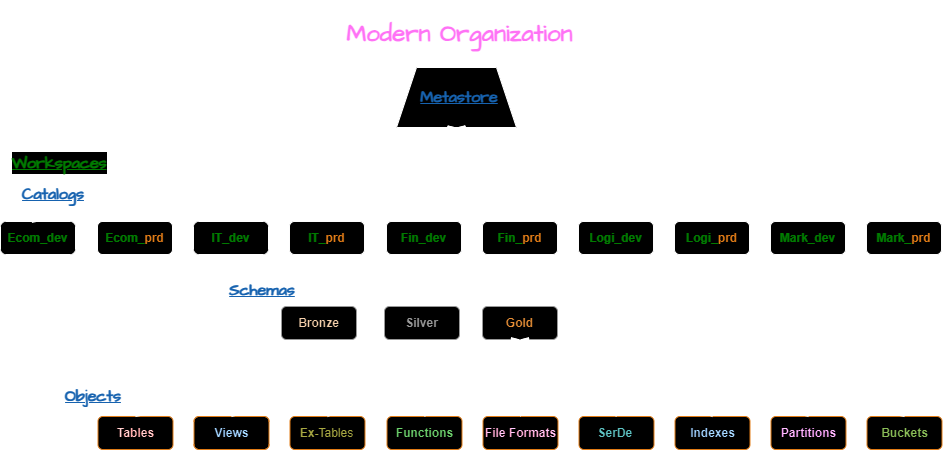
This is project-arch.png from AmmarSahyoun/Databricks_dabs, a draw.io export, as it was before one commit. Source tidied: cells renumbered, new cells last; positions are measured from the earlier drawing's top-left corner, leaving out a move shared by most shapes.
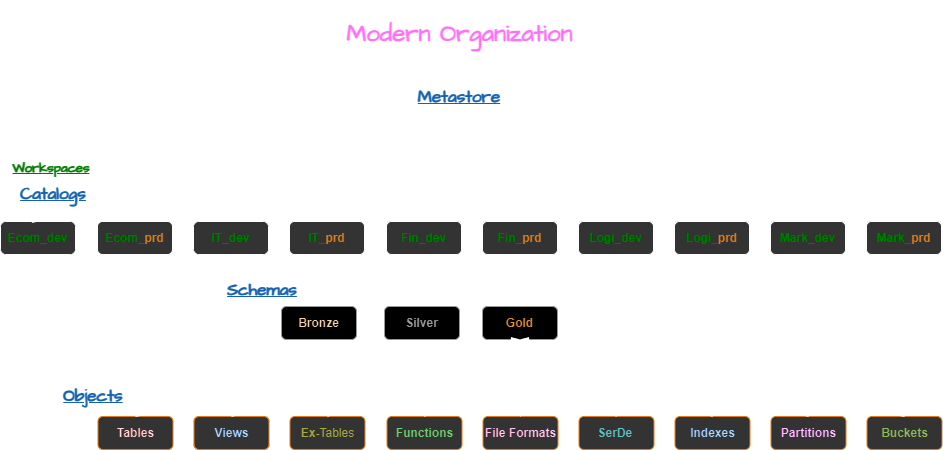
Later version of the same file.

Commit message:
Adding org-architecture

Change to the diagram source:
```diff
@@ -2,52 +2,52 @@
   <root>
     <mxCell id="0" />
     <mxCell id="1" parent="0" />
-    <mxCell id="2" style="shape=trapezoid;perimeter=trapezoidPerimeter;whiteSpace=wrap;html=1;fixedSize=1;hachureGap=4;fontFamily=Architects Daughter;fontSource=https%3A%2F%2Ffonts.googleapis.com%2Fcss%3Ffamily%3DArchitects%2BDaughter;" parent="1" vertex="1">
+    <mxCell id="2" style="shape=trapezoid;perimeter=trapezoidPerimeter;whiteSpace=wrap;html=1;fixedSize=1;hachureGap=4;fontFamily=Architects Daughter;fontSource=https%3A%2F%2Ffonts.googleapis.com%2Fcss%3Ffamily%3DArchitects%2BDaughter;fillColor=none;fontColor=#FF179A;" parent="1" vertex="1">
       <mxGeometry x="396" y="48" width="120" height="60" as="geometry" />
     </mxCell>
     <mxCell id="3" value="&lt;h2&gt;Modern Organization&lt;/h2&gt;" style="text;html=1;align=center;verticalAlign=middle;whiteSpace=wrap;rounded=0;fontSize=16;fontFamily=Architects Daughter;fontSource=https%3A%2F%2Ffonts.googleapis.com%2Fcss%3Ffamily%3DArchitects%2BDaughter;fontStyle=1;fontColor=#FF179A;" parent="1" vertex="1">
       <mxGeometry x="289.5" width="339" height="30" as="geometry" />
     </mxCell>
-    <mxCell id="4" value="&lt;b&gt;&lt;font color=&quot;#66b2ff&quot;&gt;&lt;u&gt;Metastore&lt;/u&gt;&lt;/font&gt;&lt;/b&gt;" style="text;strokeColor=none;fillColor=none;html=1;align=center;verticalAlign=middle;whiteSpace=wrap;rounded=0;fontSize=16;fontFamily=Architects Daughter;fontSource=https%3A%2F%2Ffonts.googleapis.com%2Fcss%3Ffamily%3DArchitects%2BDaughter;" parent="1" vertex="1">
+    <mxCell id="4" value="&lt;b style=&quot;font-size: 17px;&quot;&gt;&lt;font color=&quot;#66b2ff&quot; style=&quot;font-size: 17px;&quot;&gt;&lt;u style=&quot;font-size: 17px;&quot;&gt;Metastore&lt;/u&gt;&lt;/font&gt;&lt;/b&gt;" style="text;strokeColor=none;fillColor=none;html=1;align=center;verticalAlign=middle;whiteSpace=wrap;rounded=0;fontSize=17;fontFamily=Architects Daughter;fontSource=https%3A%2F%2Ffonts.googleapis.com%2Fcss%3Ffamily%3DArchitects%2BDaughter;labelBackgroundColor=none;" parent="1" vertex="1">
       <mxGeometry x="429" y="63" width="60" height="30" as="geometry" />
     </mxCell>
-    <mxCell id="5" value="&lt;b&gt;&lt;font color=&quot;#21ff37&quot;&gt;Ecom_dev&lt;/font&gt;&lt;/b&gt;" style="rounded=1;hachureGap=4;textShadow=0;whiteSpace=wrap;html=1;strokeColor=#000000;" parent="1" vertex="1">
+    <mxCell id="5" value="&lt;b&gt;&lt;font color=&quot;#21ff37&quot;&gt;Ecom_dev&lt;/font&gt;&lt;/b&gt;" style="rounded=1;hachureGap=4;textShadow=0;whiteSpace=wrap;html=1;strokeColor=#000000;fillColor=#CCCCCC;" parent="1" vertex="1">
       <mxGeometry y="202" width="75" height="33" as="geometry" />
     </mxCell>
     <mxCell id="6" style="edgeStyle=none;curved=0;rounded=0;hachureGap=4;jettySize=auto;html=1;fontFamily=Architects Daughter;fontSource=https%3A%2F%2Ffonts.googleapis.com%2Fcss%3Ffamily%3DArchitects%2BDaughter;fontSize=12;startSize=8;endSize=8;strokeColor=default;endArrow=none;endFill=0;exitX=0.5;exitY=1;exitDx=0;exitDy=0;flowAnimation=1;" parent="1" edge="1" source="12" target="29">
       <mxGeometry relative="1" as="geometry" />
     </mxCell>
-    <mxCell id="7" value="&lt;b style=&quot;&quot;&gt;&lt;font color=&quot;#21ff37&quot;&gt;Ecom_&lt;/font&gt;&lt;font color=&quot;#cc6600&quot;&gt;prd&lt;/font&gt;&lt;/b&gt;" style="rounded=1;hachureGap=4;textShadow=0;whiteSpace=wrap;html=1;strokeColor=#000000;" parent="1" vertex="1">
+    <mxCell id="7" value="&lt;b style=&quot;&quot;&gt;&lt;font color=&quot;#21ff37&quot;&gt;Ecom_&lt;/font&gt;&lt;font color=&quot;#cc6600&quot;&gt;prd&lt;/font&gt;&lt;/b&gt;" style="rounded=1;hachureGap=4;textShadow=0;whiteSpace=wrap;html=1;strokeColor=#000000;fillColor=#CCCCCC;" parent="1" vertex="1">
       <mxGeometry x="97" y="202" width="75" height="33" as="geometry" />
     </mxCell>
     <mxCell id="8" style="edgeStyle=none;curved=0;rounded=0;hachureGap=4;jettySize=auto;html=1;fontFamily=Architects Daughter;fontSource=https%3A%2F%2Ffonts.googleapis.com%2Fcss%3Ffamily%3DArchitects%2BDaughter;fontSize=12;startSize=8;endSize=8;strokeColor=default;endArrow=none;endFill=0;flowAnimation=1;exitX=0.5;exitY=1;exitDx=0;exitDy=0;" parent="1" edge="1" source="12" target="30">
       <mxGeometry relative="1" as="geometry" />
     </mxCell>
-    <mxCell id="9" value="&lt;b&gt;&lt;font color=&quot;#21ff37&quot;&gt;IT_dev&lt;/font&gt;&lt;/b&gt;" style="rounded=1;hachureGap=4;textShadow=0;whiteSpace=wrap;html=1;strokeColor=#000000;" parent="1" vertex="1">
+    <mxCell id="9" value="&lt;b&gt;&lt;font color=&quot;#21ff37&quot;&gt;IT_dev&lt;/font&gt;&lt;/b&gt;" style="rounded=1;hachureGap=4;textShadow=0;whiteSpace=wrap;html=1;strokeColor=#000000;fillColor=#CCCCCC;" parent="1" vertex="1">
       <mxGeometry x="193" y="202" width="75" height="33" as="geometry" />
     </mxCell>
     <mxCell id="10" style="edgeStyle=none;curved=0;rounded=0;hachureGap=4;jettySize=auto;html=1;fontFamily=Architects Daughter;fontSource=https%3A%2F%2Ffonts.googleapis.com%2Fcss%3Ffamily%3DArchitects%2BDaughter;fontSize=12;startSize=8;endSize=8;strokeColor=default;endArrow=none;endFill=0;exitX=0.5;exitY=1;exitDx=0;exitDy=0;flowAnimation=1;entryX=0.5;entryY=0;entryDx=0;entryDy=0;" parent="1" edge="1" source="12" target="31">
       <mxGeometry relative="1" as="geometry" />
     </mxCell>
-    <mxCell id="11" value="&lt;b&gt;&lt;font color=&quot;#21ff37&quot;&gt;IT_&lt;/font&gt;&lt;font color=&quot;#cc6600&quot;&gt;prd&lt;/font&gt;&lt;/b&gt;" style="rounded=1;hachureGap=4;textShadow=0;whiteSpace=wrap;html=1;strokeColor=#000000;" parent="1" vertex="1">
+    <mxCell id="11" value="&lt;b&gt;&lt;font color=&quot;#21ff37&quot;&gt;IT_&lt;/font&gt;&lt;font color=&quot;#cc6600&quot;&gt;prd&lt;/font&gt;&lt;/b&gt;" style="rounded=1;hachureGap=4;textShadow=0;whiteSpace=wrap;html=1;strokeColor=#000000;fillColor=#CCCCCC;" parent="1" vertex="1">
       <mxGeometry x="289" y="202" width="75" height="33" as="geometry" />
     </mxCell>
-    <mxCell id="12" value="&lt;b&gt;&lt;font color=&quot;#21ff37&quot;&gt;Fin_dev&lt;/font&gt;&lt;/b&gt;" style="rounded=1;hachureGap=4;textShadow=0;whiteSpace=wrap;html=1;strokeColor=#000000;" parent="1" vertex="1">
+    <mxCell id="12" value="&lt;b&gt;&lt;font color=&quot;#21ff37&quot;&gt;Fin_dev&lt;/font&gt;&lt;/b&gt;" style="rounded=1;hachureGap=4;textShadow=0;whiteSpace=wrap;html=1;strokeColor=#000000;fillColor=#CCCCCC;" parent="1" vertex="1">
       <mxGeometry x="386" y="202" width="75" height="33" as="geometry" />
     </mxCell>
-    <mxCell id="13" value="&lt;b style=&quot;&quot;&gt;&lt;font color=&quot;#21ff37&quot;&gt;Fin_&lt;/font&gt;&lt;font color=&quot;#cc6600&quot;&gt;prd&lt;/font&gt;&lt;/b&gt;" style="rounded=1;hachureGap=4;textShadow=0;whiteSpace=wrap;html=1;strokeColor=#000000;" parent="1" vertex="1">
+    <mxCell id="13" value="&lt;b style=&quot;&quot;&gt;&lt;font color=&quot;#21ff37&quot;&gt;Fin_&lt;/font&gt;&lt;font color=&quot;#cc6600&quot;&gt;prd&lt;/font&gt;&lt;/b&gt;" style="rounded=1;hachureGap=4;textShadow=0;whiteSpace=wrap;html=1;strokeColor=#000000;fillColor=#CCCCCC;" parent="1" vertex="1">
       <mxGeometry x="482" y="202" width="75" height="33" as="geometry" />
     </mxCell>
-    <mxCell id="14" value="&lt;b&gt;&lt;font color=&quot;#21ff37&quot;&gt;Logi_dev&lt;/font&gt;&lt;/b&gt;" style="rounded=1;hachureGap=4;textShadow=0;whiteSpace=wrap;html=1;strokeColor=#000000;" parent="1" vertex="1">
+    <mxCell id="14" value="&lt;b&gt;&lt;font color=&quot;#21ff37&quot;&gt;Logi_dev&lt;/font&gt;&lt;/b&gt;" style="rounded=1;hachureGap=4;textShadow=0;whiteSpace=wrap;html=1;strokeColor=#000000;fillColor=#CCCCCC;" parent="1" vertex="1">
       <mxGeometry x="578" y="202" width="75" height="33" as="geometry" />
     </mxCell>
-    <mxCell id="15" value="&lt;b&gt;&lt;font color=&quot;#21ff37&quot;&gt;Logi_&lt;/font&gt;&lt;font color=&quot;#cc6600&quot;&gt;prd&lt;/font&gt;&lt;/b&gt;" style="rounded=1;hachureGap=4;textShadow=0;whiteSpace=wrap;html=1;strokeColor=#000000;" parent="1" vertex="1">
+    <mxCell id="15" value="&lt;b&gt;&lt;font color=&quot;#21ff37&quot;&gt;Logi_&lt;/font&gt;&lt;font color=&quot;#cc6600&quot;&gt;prd&lt;/font&gt;&lt;/b&gt;" style="rounded=1;hachureGap=4;textShadow=0;whiteSpace=wrap;html=1;strokeColor=#000000;fillColor=#CCCCCC;" parent="1" vertex="1">
       <mxGeometry x="674" y="202" width="75" height="33" as="geometry" />
     </mxCell>
-    <mxCell id="16" value="&lt;font color=&quot;#21ff37&quot;&gt;&lt;b&gt;Mark_dev&lt;/b&gt;&lt;/font&gt;" style="rounded=1;hachureGap=4;textShadow=0;whiteSpace=wrap;html=1;strokeColor=#000000;" parent="1" vertex="1">
+    <mxCell id="16" value="&lt;font color=&quot;#21ff37&quot;&gt;&lt;b&gt;Mark_dev&lt;/b&gt;&lt;/font&gt;" style="rounded=1;hachureGap=4;textShadow=0;whiteSpace=wrap;html=1;strokeColor=#000000;fillColor=#CCCCCC;" parent="1" vertex="1">
       <mxGeometry x="770" y="202" width="75" height="33" as="geometry" />
     </mxCell>
-    <mxCell id="17" value="&lt;b&gt;&lt;font color=&quot;#21ff37&quot;&gt;Mark_&lt;/font&gt;&lt;font color=&quot;#cc6600&quot;&gt;prd&lt;/font&gt;&lt;/b&gt;" style="rounded=1;hachureGap=4;textShadow=0;whiteSpace=wrap;html=1;strokeColor=#000000;glass=0;" parent="1" vertex="1">
+    <mxCell id="17" value="&lt;b&gt;&lt;font color=&quot;#21ff37&quot;&gt;Mark_&lt;/font&gt;&lt;font color=&quot;#cc6600&quot;&gt;prd&lt;/font&gt;&lt;/b&gt;" style="rounded=1;hachureGap=4;textShadow=0;whiteSpace=wrap;html=1;strokeColor=#000000;glass=0;fillColor=#CCCCCC;" parent="1" vertex="1">
       <mxGeometry x="866" y="202" width="75" height="33" as="geometry" />
     </mxCell>
     <mxCell id="18" style="html=1;rounded=0;hachureGap=4;fontFamily=Architects Daughter;fontSource=https%3A%2F%2Ffonts.googleapis.com%2Fcss%3Ffamily%3DArchitects%2BDaughter;fontSize=12;curved=1;entryX=0.5;entryY=1;entryDx=0;entryDy=0;exitX=0.419;exitY=0.03;exitDx=0;exitDy=0;exitPerimeter=0;shadow=0;flowAnimation=1;" parent="1" edge="1" source="5" target="2">
@@ -80,7 +80,7 @@
     <mxCell id="27" style="html=1;rounded=0;hachureGap=4;fontFamily=Architects Daughter;fontSource=https%3A%2F%2Ffonts.googleapis.com%2Fcss%3Ffamily%3DArchitects%2BDaughter;fontSize=12;curved=1;entryX=0.5;entryY=1;entryDx=0;entryDy=0;exitX=0.5;exitY=0;exitDx=0;exitDy=0;shadow=0;flowAnimation=1;" parent="1" edge="1" source="17" target="2">
       <mxGeometry relative="1" as="geometry" />
     </mxCell>
-    <mxCell id="28" value="&lt;div&gt;&lt;b&gt;&lt;font color=&quot;#66b2ff&quot;&gt;&lt;u&gt;Catalogs&lt;/u&gt;&lt;/font&gt;&lt;/b&gt;&lt;/div&gt;" style="text;strokeColor=none;fillColor=none;html=1;align=center;verticalAlign=middle;whiteSpace=wrap;rounded=0;fontSize=16;fontFamily=Architects Daughter;fontSource=https%3A%2F%2Ffonts.googleapis.com%2Fcss%3Ffamily%3DArchitects%2BDaughter;labelBackgroundColor=none;" parent="1" vertex="1">
+    <mxCell id="28" value="&lt;div style=&quot;font-size: 17px;&quot;&gt;&lt;b style=&quot;font-size: 17px;&quot;&gt;&lt;font color=&quot;#66b2ff&quot; style=&quot;font-size: 17px;&quot;&gt;&lt;u style=&quot;font-size: 17px;&quot;&gt;Catalogs&lt;/u&gt;&lt;/font&gt;&lt;/b&gt;&lt;/div&gt;" style="text;strokeColor=none;fillColor=none;html=1;align=center;verticalAlign=middle;whiteSpace=wrap;rounded=0;fontSize=17;fontFamily=Architects Daughter;fontSource=https%3A%2F%2Ffonts.googleapis.com%2Fcss%3Ffamily%3DArchitects%2BDaughter;labelBackgroundColor=none;" parent="1" vertex="1">
       <mxGeometry x="4" y="160" width="98" height="30" as="geometry" />
     </mxCell>
     <mxCell id="29" value="&lt;b&gt;&lt;font color=&quot;#4a2500&quot;&gt;Bronze&lt;/font&gt;&lt;/b&gt;" style="rounded=1;hachureGap=4;textShadow=0;whiteSpace=wrap;html=1;strokeColor=#666666;shadow=1;" parent="1" vertex="1">
@@ -92,31 +92,31 @@
     <mxCell id="31" value="&lt;b&gt;&lt;font color=&quot;#b05800&quot;&gt;Gold&lt;/font&gt;&lt;/b&gt;" style="rounded=1;hachureGap=4;textShadow=0;whiteSpace=wrap;html=1;strokeColor=#666666;align=center;verticalAlign=middle;fontFamily=Helvetica;fontSize=12;fontColor=default;fillColor=default;shadow=1;" parent="1" vertex="1">
       <mxGeometry x="482" y="287" width="75" height="33" as="geometry" />
     </mxCell>
-    <mxCell id="32" value="&lt;b&gt;&lt;font color=&quot;#660000&quot;&gt;Tables&lt;/font&gt;&lt;/b&gt;" style="rounded=1;hachureGap=4;textShadow=0;whiteSpace=wrap;html=1;strokeColor=#CC6600;shadow=1;" parent="1" vertex="1">
+    <mxCell id="32" value="&lt;b&gt;&lt;font color=&quot;#660000&quot;&gt;Tables&lt;/font&gt;&lt;/b&gt;" style="rounded=1;hachureGap=4;textShadow=0;whiteSpace=wrap;html=1;strokeColor=#CC6600;shadow=0;fillColor=#CCCCCC;" parent="1" vertex="1">
       <mxGeometry x="97.5" y="397" width="75" height="33" as="geometry" />
     </mxCell>
-    <mxCell id="33" value="&lt;b&gt;&lt;font color=&quot;#003366&quot;&gt;Views&lt;/font&gt;&lt;/b&gt;" style="rounded=1;hachureGap=4;textShadow=0;whiteSpace=wrap;html=1;strokeColor=#CC6600;shadow=1;" parent="1" vertex="1">
+    <mxCell id="33" value="&lt;b&gt;&lt;font color=&quot;#003366&quot;&gt;Views&lt;/font&gt;&lt;/b&gt;" style="rounded=1;hachureGap=4;textShadow=0;whiteSpace=wrap;html=1;strokeColor=#CC6600;shadow=0;fillColor=#CCCCCC;" parent="1" vertex="1">
       <mxGeometry x="193.5" y="397" width="75" height="33" as="geometry" />
     </mxCell>
-    <mxCell id="34" value="&lt;font color=&quot;#666600&quot;&gt;&lt;b style=&quot;&quot;&gt;Ex-&lt;/b&gt;Tables&lt;/font&gt;" style="rounded=1;hachureGap=4;textShadow=0;whiteSpace=wrap;html=1;strokeColor=#CC6600;shadow=1;" parent="1" vertex="1">
+    <mxCell id="34" value="&lt;font color=&quot;#666600&quot;&gt;&lt;b style=&quot;&quot;&gt;Ex-&lt;/b&gt;Tables&lt;/font&gt;" style="rounded=1;hachureGap=4;textShadow=0;whiteSpace=wrap;html=1;strokeColor=#CC6600;shadow=0;fillColor=#CCCCCC;" parent="1" vertex="1">
       <mxGeometry x="289.5" y="397" width="75" height="33" as="geometry" />
     </mxCell>
-    <mxCell id="35" value="&lt;b&gt;&lt;font color=&quot;#006600&quot;&gt;Functions&lt;/font&gt;&lt;/b&gt;" style="rounded=1;hachureGap=4;textShadow=0;whiteSpace=wrap;html=1;strokeColor=#CC6600;shadow=1;" parent="1" vertex="1">
+    <mxCell id="35" value="&lt;b&gt;&lt;font color=&quot;#006600&quot;&gt;Functions&lt;/font&gt;&lt;/b&gt;" style="rounded=1;hachureGap=4;textShadow=0;whiteSpace=wrap;html=1;strokeColor=#CC6600;shadow=0;fillColor=#CCCCCC;" parent="1" vertex="1">
       <mxGeometry x="386.5" y="397" width="75" height="33" as="geometry" />
     </mxCell>
-    <mxCell id="36" value="&lt;b&gt;&lt;font color=&quot;#660033&quot;&gt;File Formats&lt;/font&gt;&lt;/b&gt;" style="rounded=1;hachureGap=4;textShadow=0;whiteSpace=wrap;html=1;strokeColor=#CC6600;shadow=1;" parent="1" vertex="1">
+    <mxCell id="36" value="&lt;b&gt;&lt;font color=&quot;#660033&quot;&gt;File Formats&lt;/font&gt;&lt;/b&gt;" style="rounded=1;hachureGap=4;textShadow=0;whiteSpace=wrap;html=1;strokeColor=#CC6600;shadow=0;fillColor=#CCCCCC;" parent="1" vertex="1">
       <mxGeometry x="482.5" y="397" width="75" height="33" as="geometry" />
     </mxCell>
-    <mxCell id="37" value="&lt;b&gt;&lt;font color=&quot;#006666&quot;&gt;SerDe&amp;nbsp;&lt;/font&gt;&lt;/b&gt;" style="rounded=1;hachureGap=4;textShadow=0;whiteSpace=wrap;html=1;strokeColor=#CC6600;shadow=1;" parent="1" vertex="1">
+    <mxCell id="37" value="&lt;b&gt;&lt;font color=&quot;#006666&quot;&gt;SerDe&amp;nbsp;&lt;/font&gt;&lt;/b&gt;" style="rounded=1;hachureGap=4;textShadow=0;whiteSpace=wrap;html=1;strokeColor=#CC6600;shadow=0;fillColor=#CCCCCC;" parent="1" vertex="1">
       <mxGeometry x="578.5" y="397" width="75" height="33" as="geometry" />
     </mxCell>
-    <mxCell id="38" value="&lt;b&gt;&lt;font color=&quot;#003366&quot;&gt;Indexes&lt;/font&gt;&lt;/b&gt;" style="rounded=1;hachureGap=4;textShadow=0;whiteSpace=wrap;html=1;strokeColor=#CC6600;shadow=1;" parent="1" vertex="1">
+    <mxCell id="38" value="&lt;b&gt;&lt;font color=&quot;#003366&quot;&gt;Indexes&lt;/font&gt;&lt;/b&gt;" style="rounded=1;hachureGap=4;textShadow=0;whiteSpace=wrap;html=1;strokeColor=#CC6600;shadow=0;fillColor=#CCCCCC;" parent="1" vertex="1">
       <mxGeometry x="674.5" y="397" width="75" height="33" as="geometry" />
     </mxCell>
-    <mxCell id="39" value="&lt;b&gt;&lt;font color=&quot;#660066&quot;&gt;Partitions&lt;/font&gt;&lt;/b&gt;" style="rounded=1;hachureGap=4;textShadow=0;whiteSpace=wrap;html=1;strokeColor=#CC6600;shadow=1;" parent="1" vertex="1">
+    <mxCell id="39" value="&lt;b&gt;&lt;font color=&quot;#660066&quot;&gt;Partitions&lt;/font&gt;&lt;/b&gt;" style="rounded=1;hachureGap=4;textShadow=0;whiteSpace=wrap;html=1;strokeColor=#CC6600;shadow=0;fillColor=#CCCCCC;" parent="1" vertex="1">
       <mxGeometry x="770.5" y="397" width="75" height="33" as="geometry" />
     </mxCell>
-    <mxCell id="40" value="&lt;b&gt;&lt;font color=&quot;#336600&quot;&gt;Buckets&lt;/font&gt;&lt;/b&gt;" style="rounded=1;hachureGap=4;textShadow=0;whiteSpace=wrap;html=1;strokeColor=#CC6600;shadow=1;" parent="1" vertex="1">
+    <mxCell id="40" value="&lt;b&gt;&lt;font color=&quot;#336600&quot;&gt;Buckets&lt;/font&gt;&lt;/b&gt;" style="rounded=1;hachureGap=4;textShadow=0;whiteSpace=wrap;html=1;strokeColor=#CC6600;shadow=0;fillColor=#CCCCCC;" parent="1" vertex="1">
       <mxGeometry x="866.5" y="397" width="75" height="33" as="geometry" />
     </mxCell>
     <mxCell id="41" style="html=1;rounded=0;hachureGap=4;fontFamily=Architects Daughter;fontSource=https%3A%2F%2Ffonts.googleapis.com%2Fcss%3Ffamily%3DArchitects%2BDaughter;fontSize=12;curved=1;entryX=0.5;entryY=1;entryDx=0;entryDy=0;exitX=0.5;exitY=0;exitDx=0;exitDy=0;shadow=0;flowAnimation=1;" parent="1" edge="1" source="32" target="31">
@@ -146,13 +146,13 @@
     <mxCell id="49" style="html=1;rounded=0;hachureGap=4;fontFamily=Architects Daughter;fontSource=https%3A%2F%2Ffonts.googleapis.com%2Fcss%3Ffamily%3DArchitects%2BDaughter;fontSize=12;curved=1;exitX=0.5;exitY=0;exitDx=0;exitDy=0;shadow=0;flowAnimation=1;entryX=0.5;entryY=1;entryDx=0;entryDy=0;" parent="1" edge="1" source="40" target="31">
       <mxGeometry relative="1" as="geometry" />
     </mxCell>
-    <mxCell id="50" value="&lt;b style=&quot;forced-color-adjust: none; color: rgb(0, 0, 0); font-family: &amp;quot;Architects Daughter&amp;quot;; font-size: 16px; font-style: normal; font-variant-ligatures: normal; font-variant-caps: normal; letter-spacing: normal; orphans: 2; text-indent: 0px; text-transform: none; widows: 2; word-spacing: 0px; -webkit-text-stroke-width: 0px; white-space: normal; text-decoration-thickness: initial; text-decoration-style: initial; text-decoration-color: initial;&quot;&gt;&lt;font style=&quot;forced-color-adjust: none; font-size: 16px;&quot; color=&quot;#66b2ff&quot;&gt;&lt;u style=&quot;font-size: 16px;&quot;&gt;Schemas&lt;/u&gt;&lt;/font&gt;&lt;/b&gt;" style="text;whiteSpace=wrap;html=1;fontFamily=Architects Daughter;fontSource=https%3A%2F%2Ffonts.googleapis.com%2Fcss%3Ffamily%3DArchitects%2BDaughter;align=center;verticalAlign=middle;fontSize=16;labelBackgroundColor=none;" parent="1" vertex="1">
+    <mxCell id="50" value="&lt;b style=&quot;forced-color-adjust: none; color: rgb(0, 0, 0); font-family: &amp;quot;Architects Daughter&amp;quot;; font-size: 17px; font-style: normal; font-variant-ligatures: normal; font-variant-caps: normal; letter-spacing: normal; orphans: 2; text-indent: 0px; text-transform: none; widows: 2; word-spacing: 0px; -webkit-text-stroke-width: 0px; white-space: normal; text-decoration-thickness: initial; text-decoration-style: initial; text-decoration-color: initial;&quot;&gt;&lt;font color=&quot;#66b2ff&quot; style=&quot;forced-color-adjust: none; font-size: 17px;&quot;&gt;&lt;u style=&quot;font-size: 17px;&quot;&gt;Schemas&lt;/u&gt;&lt;/font&gt;&lt;/b&gt;" style="text;whiteSpace=wrap;html=1;fontFamily=Architects Daughter;fontSource=https%3A%2F%2Ffonts.googleapis.com%2Fcss%3Ffamily%3DArchitects%2BDaughter;align=center;verticalAlign=middle;fontSize=17;labelBackgroundColor=none;" parent="1" vertex="1">
       <mxGeometry x="221" y="250" width="82" height="41" as="geometry" />
     </mxCell>
-    <mxCell id="51" value="&lt;b style=&quot;forced-color-adjust: none; color: rgb(0, 0, 0); font-family: &amp;quot;Architects Daughter&amp;quot;; font-size: 16px; font-style: normal; font-variant-ligatures: normal; font-variant-caps: normal; letter-spacing: normal; orphans: 2; text-indent: 0px; text-transform: none; widows: 2; word-spacing: 0px; -webkit-text-stroke-width: 0px; white-space: normal; text-decoration-thickness: initial; text-decoration-style: initial; text-decoration-color: initial;&quot;&gt;&lt;font style=&quot;forced-color-adjust: none; font-size: 16px;&quot; color=&quot;#66b2ff&quot;&gt;&lt;u style=&quot;font-size: 16px;&quot;&gt;Objects&lt;/u&gt;&lt;/font&gt;&lt;/b&gt;" style="text;whiteSpace=wrap;html=1;fontFamily=Architects Daughter;fontSource=https%3A%2F%2Ffonts.googleapis.com%2Fcss%3Ffamily%3DArchitects%2BDaughter;verticalAlign=middle;align=center;fontSize=16;shadow=0;labelBackgroundColor=none;" parent="1" vertex="1">
+    <mxCell id="51" value="&lt;b style=&quot;forced-color-adjust: none; color: rgb(0, 0, 0); font-family: &amp;quot;Architects Daughter&amp;quot;; font-size: 17px; font-style: normal; font-variant-ligatures: normal; font-variant-caps: normal; letter-spacing: normal; orphans: 2; text-indent: 0px; text-transform: none; widows: 2; word-spacing: 0px; -webkit-text-stroke-width: 0px; white-space: normal; text-decoration-thickness: initial; text-decoration-style: initial; text-decoration-color: initial;&quot;&gt;&lt;font color=&quot;#66b2ff&quot; style=&quot;forced-color-adjust: none; font-size: 17px;&quot;&gt;&lt;u style=&quot;font-size: 17px;&quot;&gt;Objects&lt;/u&gt;&lt;/font&gt;&lt;/b&gt;" style="text;whiteSpace=wrap;html=1;fontFamily=Architects Daughter;fontSource=https%3A%2F%2Ffonts.googleapis.com%2Fcss%3Ffamily%3DArchitects%2BDaughter;verticalAlign=middle;align=center;fontSize=17;shadow=0;labelBackgroundColor=none;" parent="1" vertex="1">
       <mxGeometry x="52" y="356" width="82" height="41" as="geometry" />
     </mxCell>
-    <mxCell id="52" value="&lt;b style=&quot;forced-color-adjust: none; font-family: &amp;quot;Architects Daughter&amp;quot;; font-size: 16px; font-style: normal; font-variant-ligatures: normal; font-variant-caps: normal; letter-spacing: normal; orphans: 2; text-align: center; text-indent: 0px; text-transform: none; widows: 2; word-spacing: 0px; -webkit-text-stroke-width: 0px; white-space: normal; background-color: rgb(255, 255, 255); text-decoration-thickness: initial; text-decoration-style: initial; text-decoration-color: initial;&quot;&gt;&lt;font color=&quot;#21ff37&quot; style=&quot;forced-color-adjust: none;&quot;&gt;&lt;u style=&quot;forced-color-adjust: none;&quot;&gt;Workspaces&lt;/u&gt;&lt;/font&gt;&lt;/b&gt;" style="text;whiteSpace=wrap;html=1;" parent="1" vertex="1">
+    <mxCell id="52" value="&lt;b style=&quot;forced-color-adjust: none; font-family: &amp;quot;Architects Daughter&amp;quot;; font-size: 13px; font-style: normal; font-variant-ligatures: normal; font-variant-caps: normal; letter-spacing: normal; orphans: 2; text-indent: 0px; text-transform: none; widows: 2; word-spacing: 0px; -webkit-text-stroke-width: 0px; white-space: normal; text-decoration-thickness: initial; text-decoration-style: initial; text-decoration-color: initial;&quot;&gt;&lt;font color=&quot;#21ff37&quot; style=&quot;forced-color-adjust: none; font-size: 13px;&quot;&gt;&lt;u style=&quot;forced-color-adjust: none; font-size: 13px;&quot;&gt;Workspaces&lt;/u&gt;&lt;/font&gt;&lt;/b&gt;" style="text;whiteSpace=wrap;html=1;labelBackgroundColor=none;align=center;verticalAlign=middle;fontSize=13;" parent="1" vertex="1">
       <mxGeometry x="10" y="128" width="82" height="41" as="geometry" />
     </mxCell>
   </root>
```
